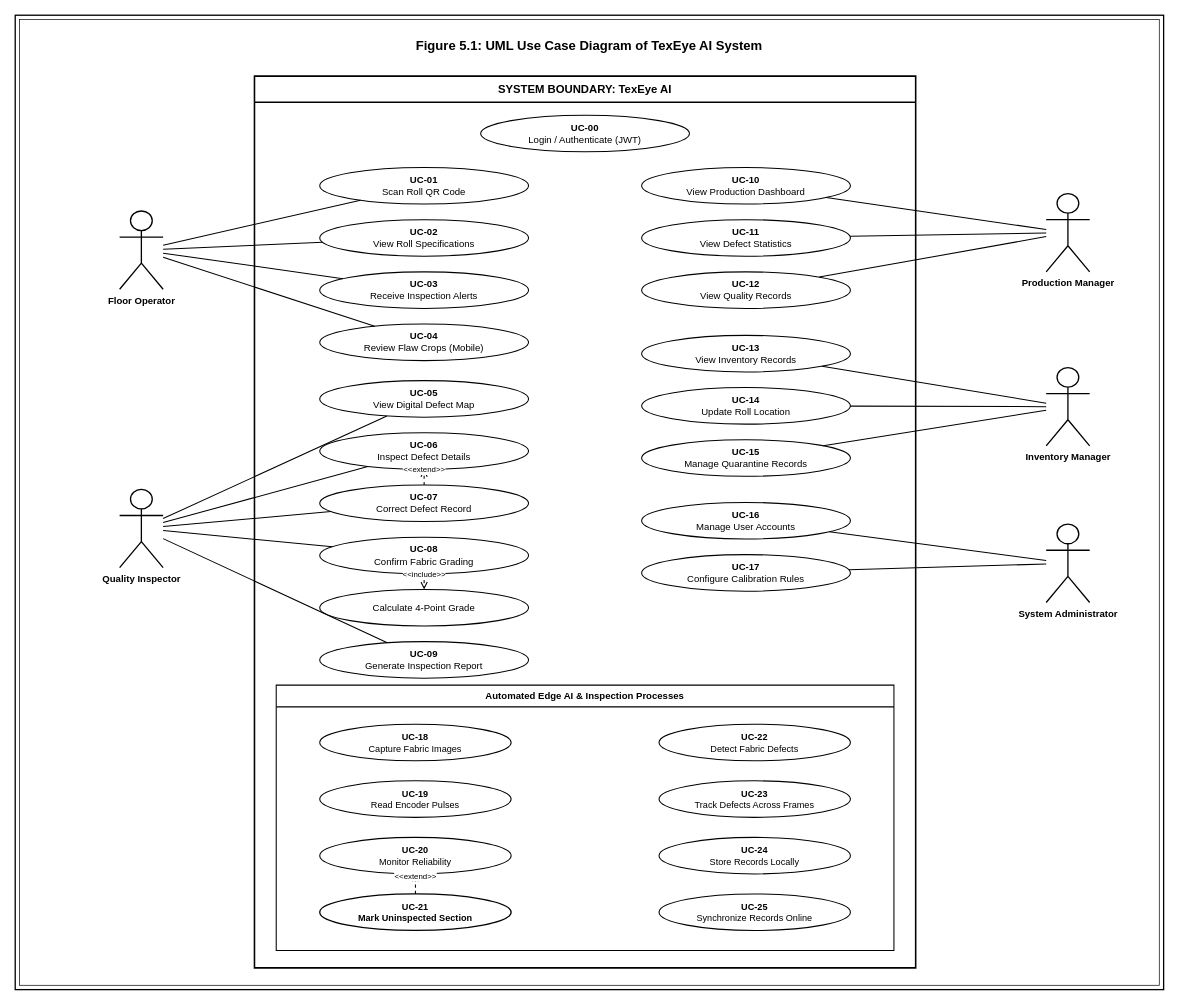
This is diagrams/drawio/06_use_case_overall.drawio from TheBilalButt/TexEye-AI-FYP, a draw.io file, before an edit. Source tidied: cells renumbered, new cells numbered last; positions are measured from the earlier drawing's top-left corner, leaving out a move shared by most shapes. Both pictures are drawn from the tidied source at 87%, with x=0, y=0 at pixel (15, 15).
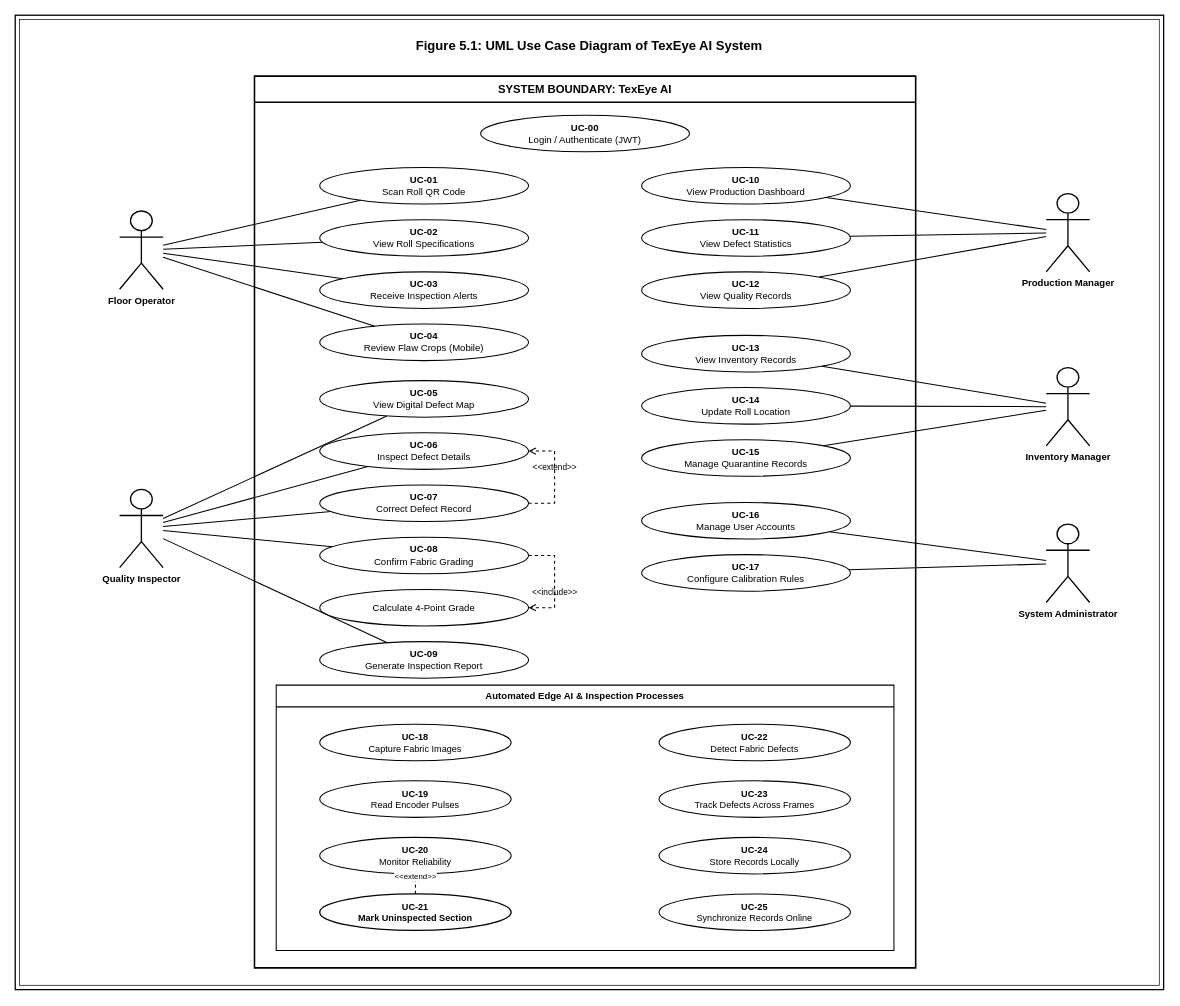
The same page after the edit.

Commit message (it also covers changes not shown here):
fix(diagrams): use full unbroken arrows with tilted labels in context diagram and route extend/include around flank with no white bg

The change refers to these unchanged cells:
```xml
<mxCell id="5" value="&lt;b&gt;SYSTEM BOUNDARY: TexEye AI&lt;/b&gt;" style="swimlane;whiteSpace=wrap;html=1;fillColor=#ffffff;strokeColor=#000000;strokeWidth=1.8;fontSize=13;fontColor=#000000;startSize=30;" parent="1" vertex="1">
  <mxGeometry x="275" y="70" width="760" height="1025" as="geometry" />
</mxCell>
<mxCell id="12" value="&lt;b&gt;UC-06&lt;/b&gt;&lt;br&gt;Inspect Defect Details" style="ellipse;whiteSpace=wrap;html=1;fillColor=#ffffff;strokeColor=#000000;strokeWidth=1.2;fontSize=11;fontColor=#000000;" parent="5" vertex="1">
  <mxGeometry x="75" y="410" width="240" height="42" as="geometry" />
</mxCell>
<mxCell id="13" value="&lt;b&gt;UC-07&lt;/b&gt;&lt;br&gt;Correct Defect Record" style="ellipse;whiteSpace=wrap;html=1;fillColor=#ffffff;strokeColor=#000000;strokeWidth=1.2;fontSize=11;fontColor=#000000;" parent="5" vertex="1">
  <mxGeometry x="75" y="470" width="240" height="42" as="geometry" />
</mxCell>
<mxCell id="15" value="&lt;b&gt;UC-08&lt;/b&gt;&lt;br&gt;Confirm Fabric Grading" style="ellipse;whiteSpace=wrap;html=1;fillColor=#ffffff;strokeColor=#000000;strokeWidth=1.2;fontSize=11;fontColor=#000000;" parent="5" vertex="1">
  <mxGeometry x="75" y="530" width="240" height="42" as="geometry" />
</mxCell>
<mxCell id="16" value="Calculate 4-Point Grade" style="ellipse;whiteSpace=wrap;html=1;fillColor=#ffffff;strokeColor=#000000;strokeWidth=1.2;fontSize=11;fontColor=#000000;" parent="5" vertex="1">
  <mxGeometry x="75" y="590" width="240" height="42" as="geometry" />
</mxCell>
```

What changed in the source:
```diff
@@
-    <mxCell id="14" value="&amp;lt;&amp;lt;extend&amp;gt;&amp;gt;" style="html=1;verticalAlign=bottom;labelBackgroundColor=#ffffff;endArrow=open;endFill=0;dashed=1;strokeColor=#000000;strokeWidth=1.2;fontSize=9;" parent="5" edge="1" source="13" target="12">
-      <mxGeometry relative="1" as="geometry" />
+    <mxCell id="14" value="&amp;lt;&amp;lt;extend&amp;gt;&amp;gt;" style="edgeStyle=orthogonalEdgeStyle;rounded=0;jettySize=auto;html=1;exitX=1;exitY=0.5;exitDx=0;exitDy=0;entryX=1;entryY=0.5;entryDx=0;entryDy=0;endArrow=open;endFill=0;dashed=1;strokeColor=#000000;strokeWidth=1.2;fontSize=9.5;fontColor=#000000;labelBackgroundColor=none;" parent="5" edge="1" source="13" target="12">
+      <mxGeometry x="0.2" relative="1" as="geometry">
+        <Array as="points">
+          <mxPoint x="345" y="491" />
+          <mxPoint x="345" y="431" />
+        </Array>
+      </mxGeometry>
     </mxCell>
@@
-    <mxCell id="17" value="&amp;lt;&amp;lt;include&amp;gt;&amp;gt;" style="html=1;verticalAlign=bottom;labelBackgroundColor=#ffffff;endArrow=open;endFill=0;dashed=1;strokeColor=#000000;strokeWidth=1.2;fontSize=9;" parent="5" edge="1" source="15" target="16">
-      <mxGeometry relative="1" as="geometry" />
+    <mxCell id="17" value="&amp;lt;&amp;lt;include&amp;gt;&amp;gt;" style="edgeStyle=orthogonalEdgeStyle;rounded=0;jettySize=auto;html=1;exitX=1;exitY=0.5;exitDx=0;exitDy=0;entryX=1;entryY=0.5;entryDx=0;entryDy=0;endArrow=open;endFill=0;dashed=1;strokeColor=#000000;strokeWidth=1.2;fontSize=9.5;fontColor=#000000;labelBackgroundColor=none;" parent="5" edge="1" source="15" target="16">
+      <mxGeometry x="0.2" relative="1" as="geometry">
+        <Array as="points">
+          <mxPoint x="345" y="551" />
+          <mxPoint x="345" y="611" />
+        </Array>
+      </mxGeometry>
     </mxCell>
```
